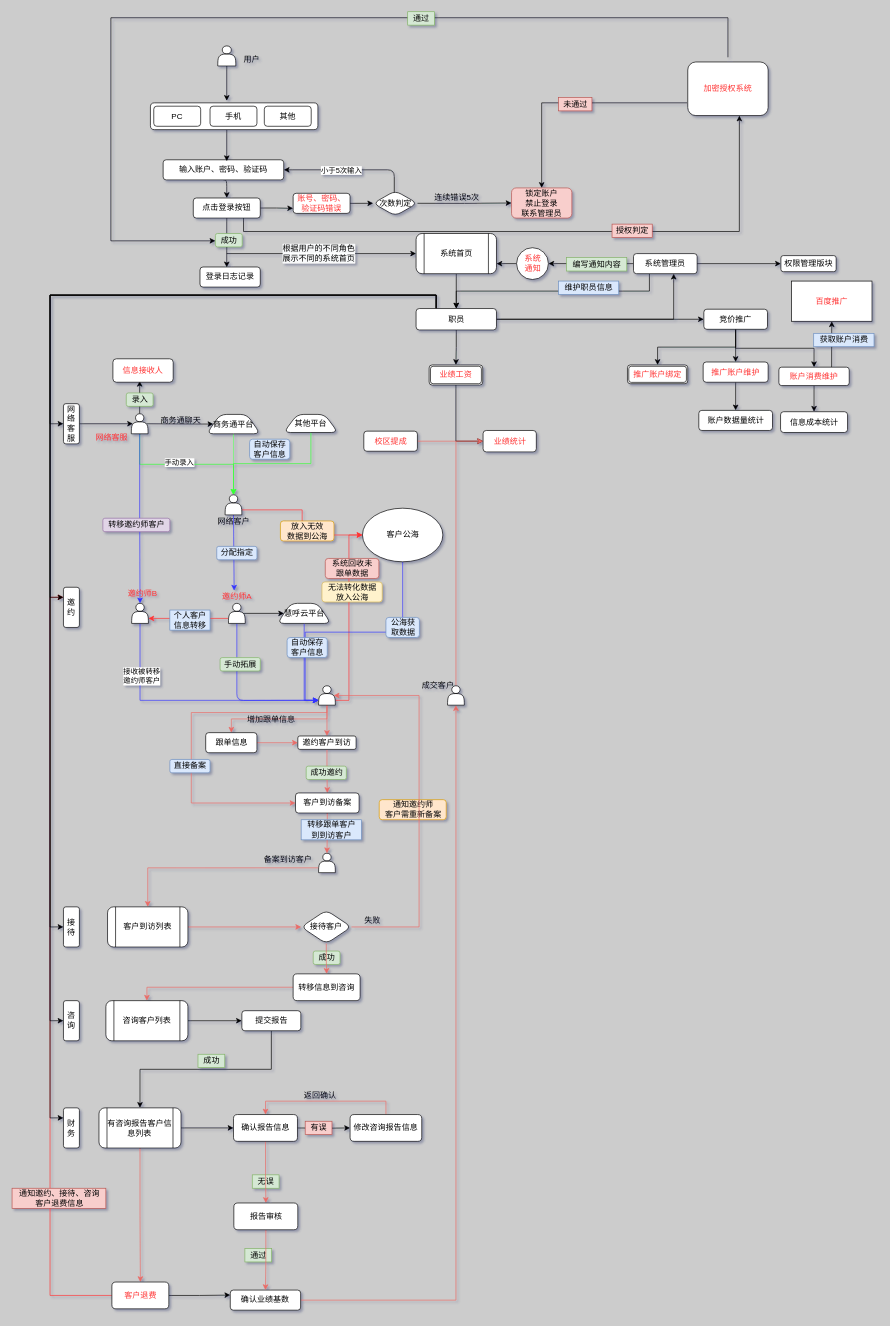
The draw.io diagram Untitled Diagram.drawio in cdcmo/hgedu, before the edit. Source tidied: cells renumbered, new cells numbered last; positions are measured from the earlier drawing's top-left corner, leaving out a move shared by most shapes. Both pictures are drawn from the tidied source at 67%, with x=0, y=0 at pixel (11, 11).
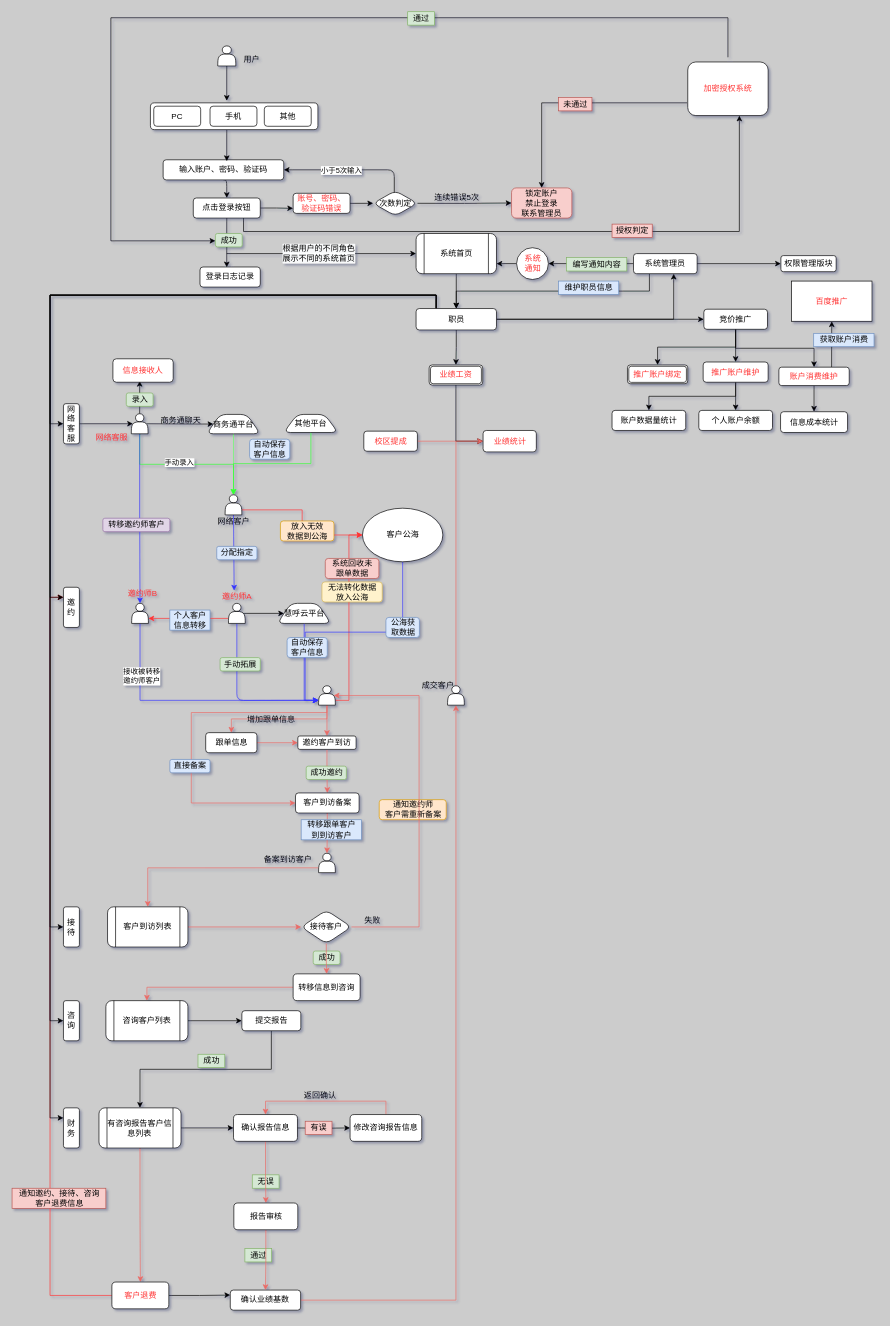
The same page after the edit.

The change refers to these unchanged cells:
```xml
<mxCell id="129" value="推广账户维护" style="rounded=1;whiteSpace=wrap;html=1;fontColor=#FF3333;" parent="1" vertex="1">
  <mxGeometry x="1032" y="522.8" width="97" height="30.2" as="geometry" />
</mxCell>
```

The edit, as a diff of the source:
```diff
@@
+    <mxCell id="178" style="edgeStyle=orthogonalEdgeStyle;rounded=0;jettySize=auto;html=1;exitX=0.5;exitY=1;exitDx=0;exitDy=0;entryX=0.5;entryY=0;entryDx=0;entryDy=0;" parent="1" edge="1" source="129" target="179">
+      <mxGeometry relative="1" as="geometry" />
+    </mxCell>
@@
     <mxCell id="136" value="账户数据量统计" style="rounded=1;whiteSpace=wrap;html=1;" parent="1" vertex="1">
-      <mxGeometry x="1025.5" y="595" width="110" height="30" as="geometry" />
+      <mxGeometry x="896" y="595" width="110" height="30" as="geometry" />
     </mxCell>
@@
+    <mxCell id="179" value="个人账户余额" style="rounded=1;whiteSpace=wrap;html=1;" parent="1" vertex="1">
+      <mxGeometry x="1025.5" y="595" width="110" height="30" as="geometry" />
+    </mxCell>
```
